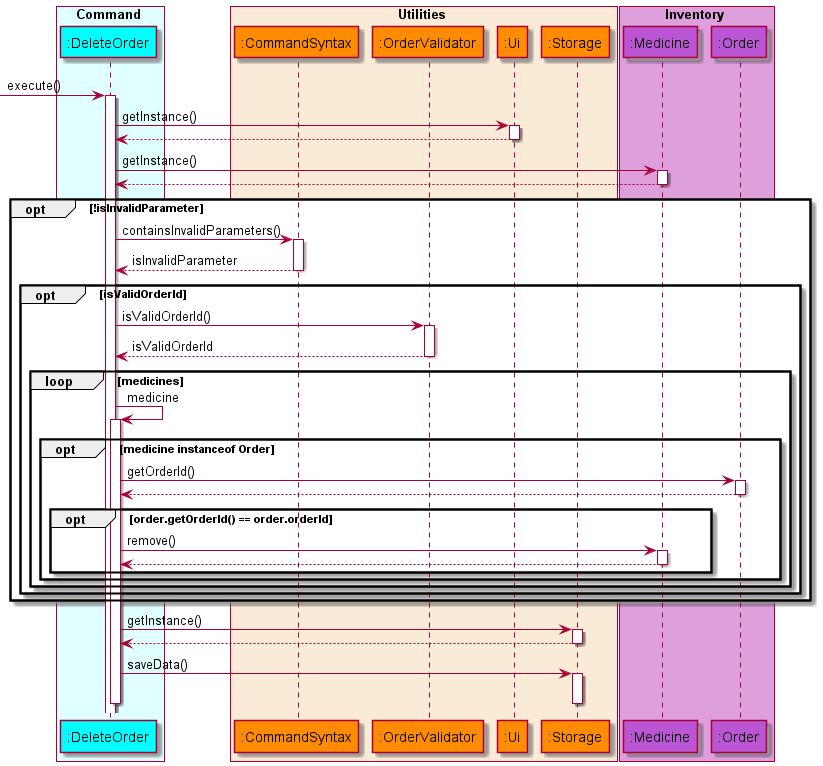
The PlantUML diagram docs/diagrams/diagram_images/DeleteOrderSequenceDiagram.png in nus-cs2113-AY2122S1/tp, before a commit.
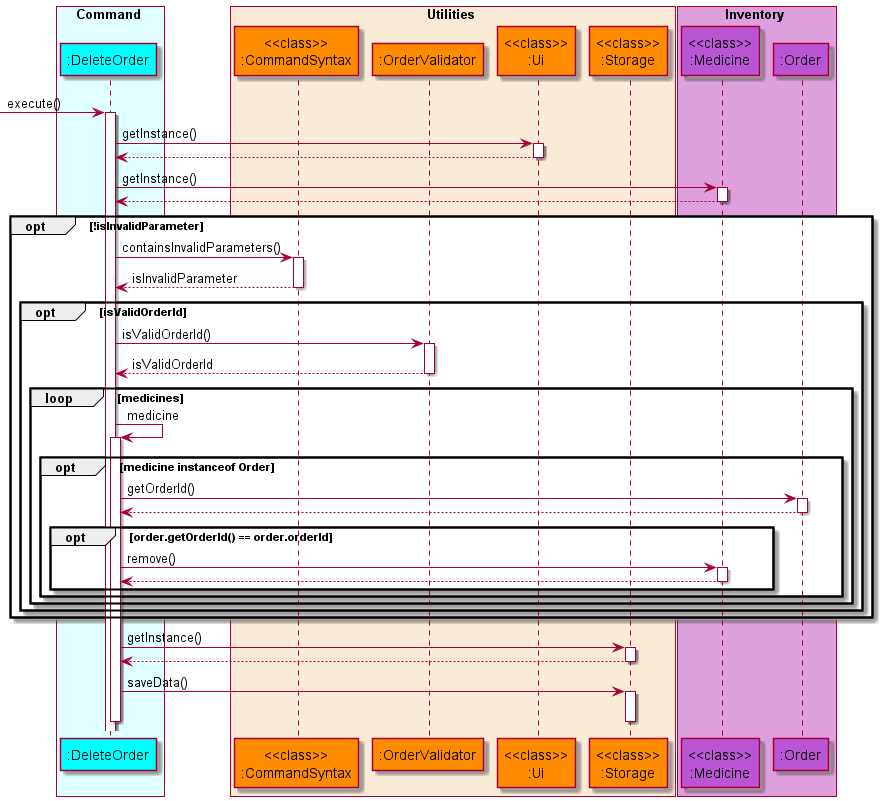
The same file after the commit.

What changed in the source:
```diff
@@ -1,4 +1,4 @@
-@startuml UpdateStockSequenceDiagram
+@startuml DeleteOrderSequenceDiagram
 
 !include style.puml
 
@@ -7,14 +7,14 @@
 end box
 
 box Utilities COLOR_UTILITIES_BOX
-    participant ":CommandSyntax" as commandsyntax COLOR_UTILITIES
+    participant "<<class>>\n:CommandSyntax" as commandsyntax COLOR_UTILITIES
     participant ":OrderValidator" as ordervalidator COLOR_UTILITIES
-    participant ":Ui" as ui COLOR_UTILITIES
-    participant ":Storage" as storage COLOR_UTILITIES
+    participant "<<class>>\n:Ui" as ui COLOR_UTILITIES
+    participant "<<class>>\n:Storage" as storage COLOR_UTILITIES
 end box
 
 box Inventory COLOR_INVENTORY_BOX
-    participant ":Medicine" as medicine COLOR_INVENTORY
+    participant "<<class>>\n:Medicine" as medicine COLOR_INVENTORY
     participant ":Order" as order COLOR_INVENTORY
 end box
 autoactivate on
```
